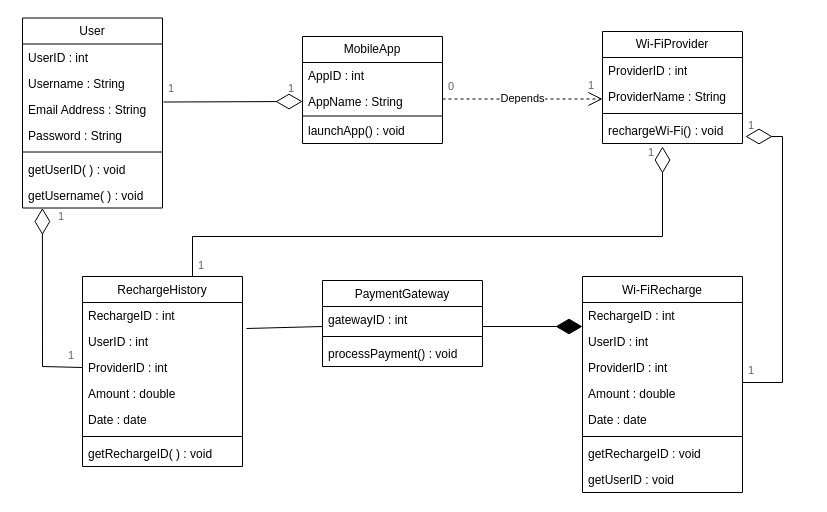
The draw.io diagram Diagramme sans nom.drawio in LeloKarma/website, before the edit. Source tidied: cells renumbered, new cells numbered last; positions are measured from the earlier drawing's top-left corner, leaving out a move shared by most shapes. Both pictures are drawn from the tidied source at 100%, with x=0, y=0 at pixel (22, 18).
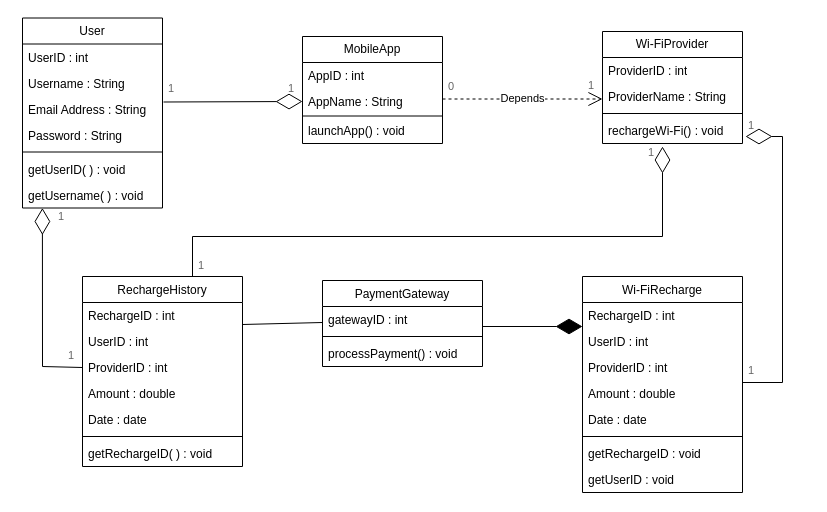
After the change.

Commit message:
Mettre à jour Diagramme sans nom.drawio

The change refers to these unchanged cells:
```xml
<mxCell id="4" value="UserID : int" style="text;align=left;verticalAlign=top;spacingLeft=4;spacingRight=4;overflow=hidden;points=[[0,0.5],[1,0.5]];portConstraint=eastwest;rounded=0;shadow=0;html=0;" parent="2" vertex="1">
  <mxGeometry y="52" width="160" height="26" as="geometry" />
</mxCell>
```

Change to the diagram source:
```diff
@@
-    <mxCell id="57" style="endArrow=none;html=1;rounded=0;exitX=1.025;exitY=0;exitDx=0;exitDy=0;exitPerimeter=0;" parent="1" edge="1" source="4">
+    <mxCell id="57" style="endArrow=none;html=1;rounded=0;exitX=1.025;exitY=0;exitDx=0;exitDy=0;exitPerimeter=0;" parent="1" edge="1">
       <mxGeometry relative="1" as="geometry">
-        <mxPoint x="300" y="308" as="targetPoint" />
+        <mxPoint x="220" y="306" as="sourcePoint" />
+        <mxPoint x="300" y="304" as="targetPoint" />
       </mxGeometry>
     </mxCell>
```
